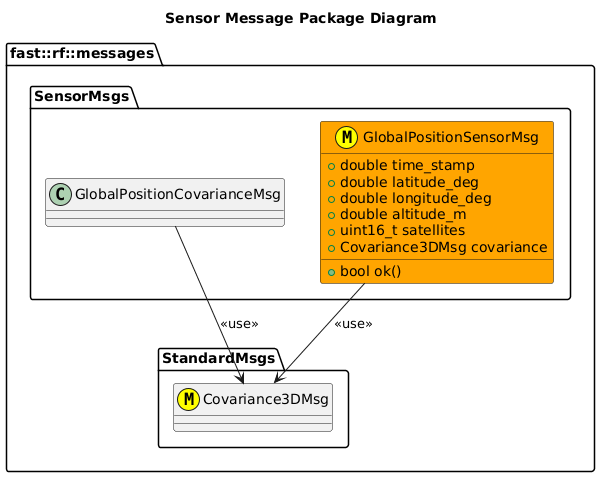
This is msgs/SensorMsgs/doc/puml/SensorMessagesClassDiagram.png from fastrobotics/robot_framework, a PlantUML export, as it was before one commit. Its diagram source:
```plantuml
@startuml
title Sensor Message Package Diagram

namespace fast::rf::messages {
  namespace StandardMsgs {
    class Covariance3DMsg <<(M,#FFFF00) >>
  }
  namespace SensorMsgs  {
    GlobalPositionCovarianceMsg --> Covariance3DMsg: <<use>>
    class GlobalPositionSensorMsg <<(M,#FFFF00)>> #Orange {
      +double time_stamp
      +double latitude_deg
      +double longitude_deg
      +double altitude_m
      +uint16_t satellites
      +Covariance3DMsg covariance
      +bool ok()
    }
    GlobalPositionSensorMsg --> Covariance3DMsg: <<use>>
}
@enduml
```
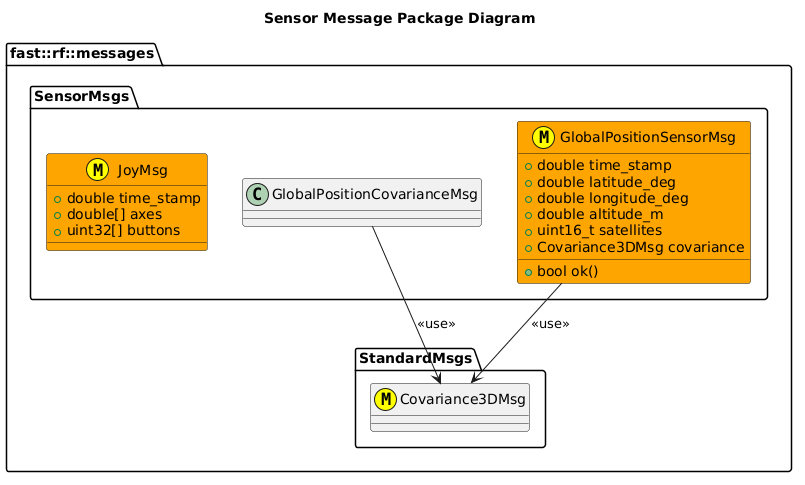
Above is the later version.

The edit, as a diff of the source:
```diff
@@ -17,5 +17,11 @@
       +bool ok()
     }
     GlobalPositionSensorMsg --> Covariance3DMsg: <<use>>
+
+    class JoyMsg <<(M,#FFFF00)>> #Orange {
+      +double time_stamp
+      +double[] axes
+      +uint32[] buttons
+    }
 }
 @enduml
```
